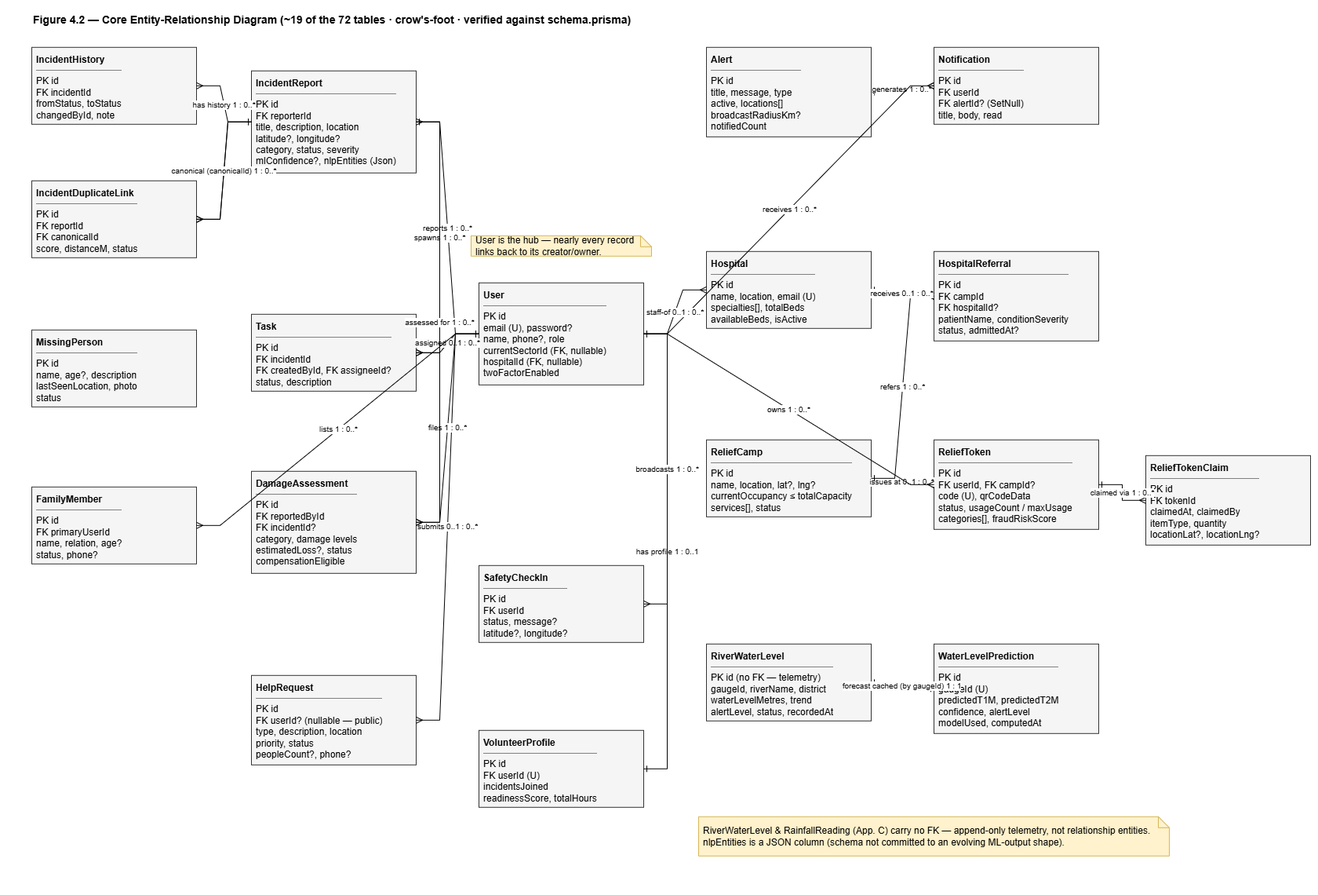
Earlier version of the draw.io export research-report-source/diagrams/pngs/Figure_4.2_Core_ER_Diagram.drawio.png (DeshanDV1003/Suraksha---Web-App). Source tidied: cells renumbered, new cells last; positions are measured from the earlier drawing's top-left corner, leaving out a move shared by most shapes.
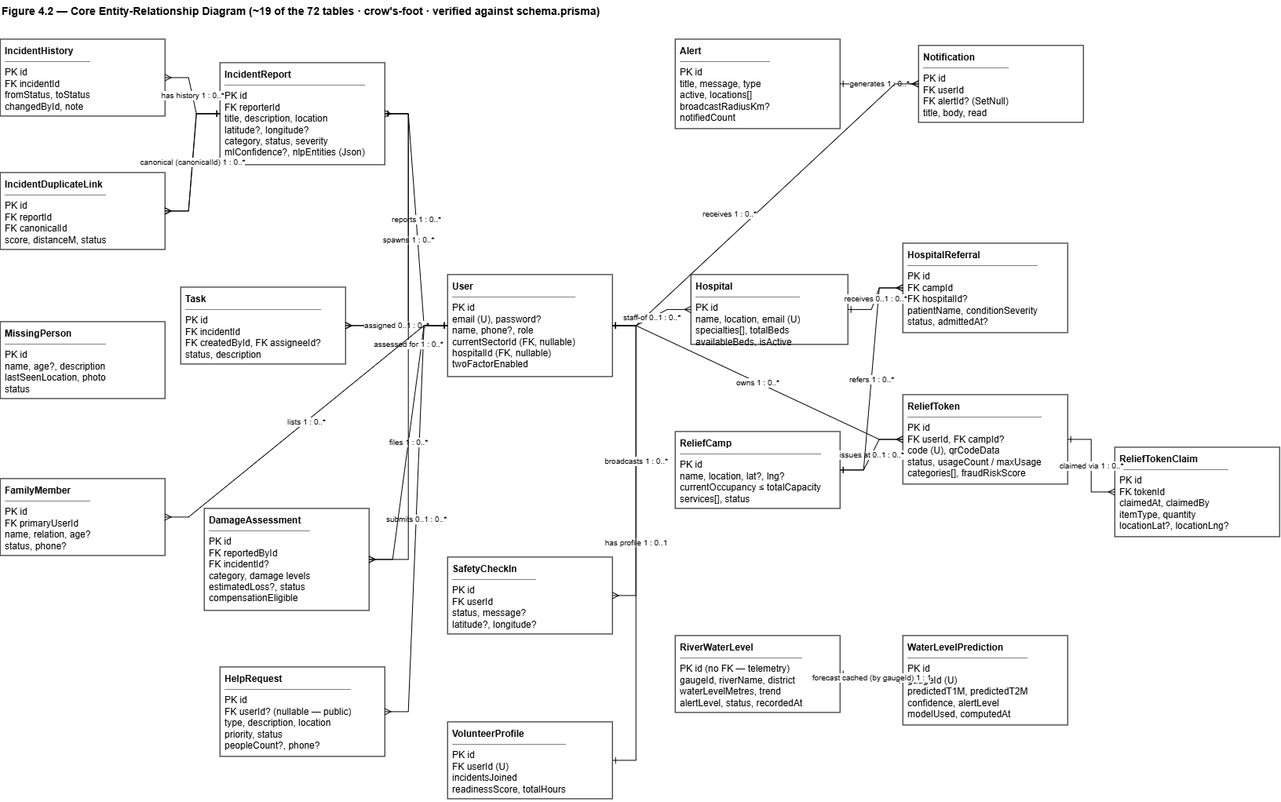
The same file after the commit.

Diff of the diagram source:
```diff
@@ -5,64 +5,64 @@
     <mxCell id="2" value="Figure 4.2 — Core Entity-Relationship Diagram (~19 of the 72 tables · crow's-foot · verified against schema.prisma)" style="text;html=1;fontStyle=1;fontSize=14;align=left;" parent="1" vertex="1">
       <mxGeometry width="1600" height="24" as="geometry" />
     </mxCell>
-    <mxCell id="3" value="&lt;b&gt;IncidentHistory&lt;/b&gt;&lt;hr size=&quot;1&quot; noshade&gt;PK id&lt;br&gt;FK incidentId&lt;br&gt;fromStatus, toStatus&lt;br&gt;changedById, note" style="rounded=0;whiteSpace=wrap;html=1;fillColor=#f5f5f5;strokeColor=#333333;align=left;verticalAlign=top;spacingLeft=4;spacingTop=2;overflow=hidden;" parent="1" vertex="1">
+    <mxCell id="3" value="&lt;b&gt;IncidentHistory&lt;/b&gt;&lt;hr size=&quot;1&quot; noshade&gt;PK id&lt;br&gt;FK incidentId&lt;br&gt;fromStatus, toStatus&lt;br&gt;changedById, note" style="rounded=0;whiteSpace=wrap;html=1;align=left;verticalAlign=top;spacingLeft=4;spacingTop=2;overflow=hidden;" parent="1" vertex="1">
       <mxGeometry y="50" width="210" height="98" as="geometry" />
     </mxCell>
-    <mxCell id="4" value="&lt;b&gt;IncidentDuplicateLink&lt;/b&gt;&lt;hr size=&quot;1&quot; noshade&gt;PK id&lt;br&gt;FK reportId&lt;br&gt;FK canonicalId&lt;br&gt;score, distanceM, status" style="rounded=0;whiteSpace=wrap;html=1;fillColor=#f5f5f5;strokeColor=#333333;align=left;verticalAlign=top;spacingLeft=4;spacingTop=2;overflow=hidden;" parent="1" vertex="1">
+    <mxCell id="4" value="&lt;b&gt;IncidentDuplicateLink&lt;/b&gt;&lt;hr size=&quot;1&quot; noshade&gt;PK id&lt;br&gt;FK reportId&lt;br&gt;FK canonicalId&lt;br&gt;score, distanceM, status" style="rounded=0;whiteSpace=wrap;html=1;align=left;verticalAlign=top;spacingLeft=4;spacingTop=2;overflow=hidden;" parent="1" vertex="1">
       <mxGeometry y="220" width="210" height="98" as="geometry" />
     </mxCell>
-    <mxCell id="5" value="&lt;b&gt;MissingPerson&lt;/b&gt;&lt;hr size=&quot;1&quot; noshade&gt;PK id&lt;br&gt;name, age?, description&lt;br&gt;lastSeenLocation, photo&lt;br&gt;status" style="rounded=0;whiteSpace=wrap;html=1;fillColor=#f5f5f5;strokeColor=#333333;align=left;verticalAlign=top;spacingLeft=4;spacingTop=2;overflow=hidden;" parent="1" vertex="1">
+    <mxCell id="5" value="&lt;b&gt;MissingPerson&lt;/b&gt;&lt;hr size=&quot;1&quot; noshade&gt;PK id&lt;br&gt;name, age?, description&lt;br&gt;lastSeenLocation, photo&lt;br&gt;status" style="rounded=0;whiteSpace=wrap;html=1;align=left;verticalAlign=top;spacingLeft=4;spacingTop=2;overflow=hidden;" parent="1" vertex="1">
       <mxGeometry y="410" width="210" height="98" as="geometry" />
     </mxCell>
-    <mxCell id="6" value="&lt;b&gt;FamilyMember&lt;/b&gt;&lt;hr size=&quot;1&quot; noshade&gt;PK id&lt;br&gt;FK primaryUserId&lt;br&gt;name, relation, age?&lt;br&gt;status, phone?" style="rounded=0;whiteSpace=wrap;html=1;fillColor=#f5f5f5;strokeColor=#333333;align=left;verticalAlign=top;spacingLeft=4;spacingTop=2;overflow=hidden;" parent="1" vertex="1">
+    <mxCell id="6" value="&lt;b&gt;FamilyMember&lt;/b&gt;&lt;hr size=&quot;1&quot; noshade&gt;PK id&lt;br&gt;FK primaryUserId&lt;br&gt;name, relation, age?&lt;br&gt;status, phone?" style="rounded=0;whiteSpace=wrap;html=1;align=left;verticalAlign=top;spacingLeft=4;spacingTop=2;overflow=hidden;" parent="1" vertex="1">
       <mxGeometry y="610" width="210" height="98" as="geometry" />
     </mxCell>
-    <mxCell id="7" value="&lt;b&gt;IncidentReport&lt;/b&gt;&lt;hr size=&quot;1&quot; noshade&gt;PK id&lt;br&gt;FK reporterId&lt;br&gt;title, description, location&lt;br&gt;latitude?, longitude?&lt;br&gt;category, status, severity&lt;br&gt;mlConfidence?, nlpEntities (Json)" style="rounded=0;whiteSpace=wrap;html=1;fillColor=#f5f5f5;strokeColor=#333333;align=left;verticalAlign=top;spacingLeft=4;spacingTop=2;overflow=hidden;" parent="1" vertex="1">
+    <mxCell id="7" value="&lt;b&gt;IncidentReport&lt;/b&gt;&lt;hr size=&quot;1&quot; noshade&gt;PK id&lt;br&gt;FK reporterId&lt;br&gt;title, description, location&lt;br&gt;latitude?, longitude?&lt;br&gt;category, status, severity&lt;br&gt;mlConfidence?, nlpEntities (Json)" style="rounded=0;whiteSpace=wrap;html=1;align=left;verticalAlign=top;spacingLeft=4;spacingTop=2;overflow=hidden;" parent="1" vertex="1">
       <mxGeometry x="280" y="80" width="210" height="130" as="geometry" />
     </mxCell>
-    <mxCell id="8" value="&lt;b&gt;Task&lt;/b&gt;&lt;hr size=&quot;1&quot; noshade&gt;PK id&lt;br&gt;FK incidentId&lt;br&gt;FK createdById, FK assigneeId?&lt;br&gt;status, description" style="rounded=0;whiteSpace=wrap;html=1;fillColor=#f5f5f5;strokeColor=#333333;align=left;verticalAlign=top;spacingLeft=4;spacingTop=2;overflow=hidden;" parent="1" vertex="1">
-      <mxGeometry x="280" y="390" width="210" height="98" as="geometry" />
+    <mxCell id="8" value="&lt;b&gt;Task&lt;/b&gt;&lt;hr size=&quot;1&quot; noshade&gt;PK id&lt;br&gt;FK incidentId&lt;br&gt;FK createdById, FK assigneeId?&lt;br&gt;status, description" style="rounded=0;whiteSpace=wrap;html=1;align=left;verticalAlign=top;spacingLeft=4;spacingTop=2;overflow=hidden;" parent="1" vertex="1">
+      <mxGeometry x="230" y="366" width="210" height="98" as="geometry" />
     </mxCell>
-    <mxCell id="9" value="&lt;b&gt;DamageAssessment&lt;/b&gt;&lt;hr size=&quot;1&quot; noshade&gt;PK id&lt;br&gt;FK reportedById&lt;br&gt;FK incidentId?&lt;br&gt;category, damage levels&lt;br&gt;estimatedLoss?, status&lt;br&gt;compensationEligible" style="rounded=0;whiteSpace=wrap;html=1;fillColor=#f5f5f5;strokeColor=#333333;align=left;verticalAlign=top;spacingLeft=4;spacingTop=2;overflow=hidden;" parent="1" vertex="1">
-      <mxGeometry x="280" y="590" width="210" height="130" as="geometry" />
+    <mxCell id="9" value="&lt;b&gt;DamageAssessment&lt;/b&gt;&lt;hr size=&quot;1&quot; noshade&gt;PK id&lt;br&gt;FK reportedById&lt;br&gt;FK incidentId?&lt;br&gt;category, damage levels&lt;br&gt;estimatedLoss?, status&lt;br&gt;compensationEligible" style="rounded=0;whiteSpace=wrap;html=1;align=left;verticalAlign=top;spacingLeft=4;spacingTop=2;overflow=hidden;" parent="1" vertex="1">
+      <mxGeometry x="260" y="648" width="210" height="130" as="geometry" />
     </mxCell>
-    <mxCell id="10" value="&lt;b&gt;HelpRequest&lt;/b&gt;&lt;hr size=&quot;1&quot; noshade&gt;PK id&lt;br&gt;FK userId?  (nullable — public)&lt;br&gt;type, description, location&lt;br&gt;priority, status&lt;br&gt;peopleCount?, phone?" style="rounded=0;whiteSpace=wrap;html=1;fillColor=#f5f5f5;strokeColor=#333333;align=left;verticalAlign=top;spacingLeft=4;spacingTop=2;overflow=hidden;" parent="1" vertex="1">
+    <mxCell id="10" value="&lt;b&gt;HelpRequest&lt;/b&gt;&lt;hr size=&quot;1&quot; noshade&gt;PK id&lt;br&gt;FK userId?  (nullable — public)&lt;br&gt;type, description, location&lt;br&gt;priority, status&lt;br&gt;peopleCount?, phone?" style="rounded=0;whiteSpace=wrap;html=1;align=left;verticalAlign=top;spacingLeft=4;spacingTop=2;overflow=hidden;" parent="1" vertex="1">
       <mxGeometry x="280" y="850" width="210" height="114" as="geometry" />
     </mxCell>
-    <mxCell id="11" value="&lt;b&gt;User&lt;/b&gt;&lt;hr size=&quot;1&quot; noshade&gt;PK id&lt;br&gt;email (U), password?&lt;br&gt;name, phone?, role&lt;br&gt;currentSectorId (FK, nullable)&lt;br&gt;hospitalId (FK, nullable)&lt;br&gt;twoFactorEnabled" style="rounded=0;whiteSpace=wrap;html=1;fillColor=#f5f5f5;strokeColor=#333333;align=left;verticalAlign=top;spacingLeft=4;spacingTop=2;overflow=hidden;" parent="1" vertex="1">
+    <mxCell id="11" value="&lt;b&gt;User&lt;/b&gt;&lt;hr size=&quot;1&quot; noshade&gt;PK id&lt;br&gt;email (U), password?&lt;br&gt;name, phone?, role&lt;br&gt;currentSectorId (FK, nullable)&lt;br&gt;hospitalId (FK, nullable)&lt;br&gt;twoFactorEnabled" style="rounded=0;whiteSpace=wrap;html=1;align=left;verticalAlign=top;spacingLeft=4;spacingTop=2;overflow=hidden;" parent="1" vertex="1">
       <mxGeometry x="570" y="350" width="210" height="130" as="geometry" />
     </mxCell>
-    <mxCell id="12" value="&lt;b&gt;SafetyCheckIn&lt;/b&gt;&lt;hr size=&quot;1&quot; noshade&gt;PK id&lt;br&gt;FK userId&lt;br&gt;status, message?&lt;br&gt;latitude?, longitude?" style="rounded=0;whiteSpace=wrap;html=1;fillColor=#f5f5f5;strokeColor=#333333;align=left;verticalAlign=top;spacingLeft=4;spacingTop=2;overflow=hidden;" parent="1" vertex="1">
+    <mxCell id="12" value="&lt;b&gt;SafetyCheckIn&lt;/b&gt;&lt;hr size=&quot;1&quot; noshade&gt;PK id&lt;br&gt;FK userId&lt;br&gt;status, message?&lt;br&gt;latitude?, longitude?" style="rounded=0;whiteSpace=wrap;html=1;align=left;verticalAlign=top;spacingLeft=4;spacingTop=2;overflow=hidden;" parent="1" vertex="1">
       <mxGeometry x="570" y="710" width="210" height="98" as="geometry" />
     </mxCell>
-    <mxCell id="13" value="&lt;b&gt;VolunteerProfile&lt;/b&gt;&lt;hr size=&quot;1&quot; noshade&gt;PK id&lt;br&gt;FK userId (U)&lt;br&gt;incidentsJoined&lt;br&gt;readinessScore, totalHours" style="rounded=0;whiteSpace=wrap;html=1;fillColor=#f5f5f5;strokeColor=#333333;align=left;verticalAlign=top;spacingLeft=4;spacingTop=2;overflow=hidden;" parent="1" vertex="1">
+    <mxCell id="13" value="&lt;b&gt;VolunteerProfile&lt;/b&gt;&lt;hr size=&quot;1&quot; noshade&gt;PK id&lt;br&gt;FK userId (U)&lt;br&gt;incidentsJoined&lt;br&gt;readinessScore, totalHours" style="rounded=0;whiteSpace=wrap;html=1;align=left;verticalAlign=top;spacingLeft=4;spacingTop=2;overflow=hidden;" parent="1" vertex="1">
       <mxGeometry x="570" y="920" width="210" height="98" as="geometry" />
     </mxCell>
-    <mxCell id="14" value="&lt;b&gt;Alert&lt;/b&gt;&lt;hr size=&quot;1&quot; noshade&gt;PK id&lt;br&gt;title, message, type&lt;br&gt;active, locations[]&lt;br&gt;broadcastRadiusKm?&lt;br&gt;notifiedCount" style="rounded=0;whiteSpace=wrap;html=1;fillColor=#f5f5f5;strokeColor=#333333;align=left;verticalAlign=top;spacingLeft=4;spacingTop=2;overflow=hidden;" parent="1" vertex="1">
+    <mxCell id="14" value="&lt;b&gt;Alert&lt;/b&gt;&lt;hr size=&quot;1&quot; noshade&gt;PK id&lt;br&gt;title, message, type&lt;br&gt;active, locations[]&lt;br&gt;broadcastRadiusKm?&lt;br&gt;notifiedCount" style="rounded=0;whiteSpace=wrap;html=1;align=left;verticalAlign=top;spacingLeft=4;spacingTop=2;overflow=hidden;" parent="1" vertex="1">
       <mxGeometry x="860" y="50" width="210" height="114" as="geometry" />
     </mxCell>
-    <mxCell id="15" value="&lt;b&gt;Hospital&lt;/b&gt;&lt;hr size=&quot;1&quot; noshade&gt;PK id&lt;br&gt;name, location, email (U)&lt;br&gt;specialties[], totalBeds&lt;br&gt;availableBeds, isActive" style="rounded=0;whiteSpace=wrap;html=1;fillColor=#f5f5f5;strokeColor=#333333;align=left;verticalAlign=top;spacingLeft=4;spacingTop=2;overflow=hidden;" parent="1" vertex="1">
-      <mxGeometry x="860" y="310" width="210" height="98" as="geometry" />
+    <mxCell id="15" value="&lt;b&gt;Hospital&lt;/b&gt;&lt;hr size=&quot;1&quot; noshade&gt;PK id&lt;br&gt;name, location, email (U)&lt;br&gt;specialties[], totalBeds&lt;br&gt;availableBeds, isActive" style="rounded=0;whiteSpace=wrap;html=1;align=left;verticalAlign=top;spacingLeft=4;spacingTop=2;overflow=hidden;" parent="1" vertex="1">
+      <mxGeometry x="880" y="350" width="200" height="89" as="geometry" />
     </mxCell>
-    <mxCell id="16" value="&lt;b&gt;ReliefCamp&lt;/b&gt;&lt;hr size=&quot;1&quot; noshade&gt;PK id&lt;br&gt;name, location, lat?, lng?&lt;br&gt;currentOccupancy ≤ totalCapacity&lt;br&gt;services[], status" style="rounded=0;whiteSpace=wrap;html=1;fillColor=#f5f5f5;strokeColor=#333333;align=left;verticalAlign=top;spacingLeft=4;spacingTop=2;overflow=hidden;" parent="1" vertex="1">
+    <mxCell id="16" value="&lt;b&gt;ReliefCamp&lt;/b&gt;&lt;hr size=&quot;1&quot; noshade&gt;PK id&lt;br&gt;name, location, lat?, lng?&lt;br&gt;currentOccupancy ≤ totalCapacity&lt;br&gt;services[], status" style="rounded=0;whiteSpace=wrap;html=1;align=left;verticalAlign=top;spacingLeft=4;spacingTop=2;overflow=hidden;" parent="1" vertex="1">
       <mxGeometry x="860" y="550" width="210" height="98" as="geometry" />
     </mxCell>
-    <mxCell id="17" value="&lt;b&gt;RiverWaterLevel&lt;/b&gt;&lt;hr size=&quot;1&quot; noshade&gt;PK id  (no FK — telemetry)&lt;br&gt;gaugeId, riverName, district&lt;br&gt;waterLevelMetres, trend&lt;br&gt;alertLevel, status, recordedAt" style="rounded=0;whiteSpace=wrap;html=1;fillColor=#f5f5f5;strokeColor=#333333;align=left;verticalAlign=top;spacingLeft=4;spacingTop=2;overflow=hidden;" parent="1" vertex="1">
+    <mxCell id="17" value="&lt;b&gt;RiverWaterLevel&lt;/b&gt;&lt;hr size=&quot;1&quot; noshade&gt;PK id  (no FK — telemetry)&lt;br&gt;gaugeId, riverName, district&lt;br&gt;waterLevelMetres, trend&lt;br&gt;alertLevel, status, recordedAt" style="rounded=0;whiteSpace=wrap;html=1;align=left;verticalAlign=top;spacingLeft=4;spacingTop=2;overflow=hidden;" parent="1" vertex="1">
       <mxGeometry x="860" y="810" width="210" height="98" as="geometry" />
     </mxCell>
-    <mxCell id="18" value="&lt;b&gt;Notification&lt;/b&gt;&lt;hr size=&quot;1&quot; noshade&gt;PK id&lt;br&gt;FK userId&lt;br&gt;FK alertId?  (SetNull)&lt;br&gt;title, body, read" style="rounded=0;whiteSpace=wrap;html=1;fillColor=#f5f5f5;strokeColor=#333333;align=left;verticalAlign=top;spacingLeft=4;spacingTop=2;overflow=hidden;" parent="1" vertex="1">
-      <mxGeometry x="1150" y="50" width="210" height="98" as="geometry" />
+    <mxCell id="18" value="&lt;b&gt;Notification&lt;/b&gt;&lt;hr size=&quot;1&quot; noshade&gt;PK id&lt;br&gt;FK userId&lt;br&gt;FK alertId?  (SetNull)&lt;br&gt;title, body, read" style="rounded=0;whiteSpace=wrap;html=1;align=left;verticalAlign=top;spacingLeft=4;spacingTop=2;overflow=hidden;" parent="1" vertex="1">
+      <mxGeometry x="1170" y="58" width="210" height="98" as="geometry" />
     </mxCell>
-    <mxCell id="19" value="&lt;b&gt;HospitalReferral&lt;/b&gt;&lt;hr size=&quot;1&quot; noshade&gt;PK id&lt;br&gt;FK campId&lt;br&gt;FK hospitalId?&lt;br&gt;patientName, conditionSeverity&lt;br&gt;status, admittedAt?" style="rounded=0;whiteSpace=wrap;html=1;fillColor=#f5f5f5;strokeColor=#333333;align=left;verticalAlign=top;spacingLeft=4;spacingTop=2;overflow=hidden;" parent="1" vertex="1">
+    <mxCell id="19" value="&lt;b&gt;HospitalReferral&lt;/b&gt;&lt;hr size=&quot;1&quot; noshade&gt;PK id&lt;br&gt;FK campId&lt;br&gt;FK hospitalId?&lt;br&gt;patientName, conditionSeverity&lt;br&gt;status, admittedAt?" style="rounded=0;whiteSpace=wrap;html=1;align=left;verticalAlign=top;spacingLeft=4;spacingTop=2;overflow=hidden;" parent="1" vertex="1">
       <mxGeometry x="1150" y="310" width="210" height="114" as="geometry" />
     </mxCell>
-    <mxCell id="20" value="&lt;b&gt;ReliefToken&lt;/b&gt;&lt;hr size=&quot;1&quot; noshade&gt;PK id&lt;br&gt;FK userId, FK campId?&lt;br&gt;code (U), qrCodeData&lt;br&gt;status, usageCount / maxUsage&lt;br&gt;categories[], fraudRiskScore" style="rounded=0;whiteSpace=wrap;html=1;fillColor=#f5f5f5;strokeColor=#333333;align=left;verticalAlign=top;spacingLeft=4;spacingTop=2;overflow=hidden;" parent="1" vertex="1">
-      <mxGeometry x="1150" y="550" width="210" height="114" as="geometry" />
+    <mxCell id="20" value="&lt;b&gt;ReliefToken&lt;/b&gt;&lt;hr size=&quot;1&quot; noshade&gt;PK id&lt;br&gt;FK userId, FK campId?&lt;br&gt;code (U), qrCodeData&lt;br&gt;status, usageCount / maxUsage&lt;br&gt;categories[], fraudRiskScore" style="rounded=0;whiteSpace=wrap;html=1;align=left;verticalAlign=top;spacingLeft=4;spacingTop=2;overflow=hidden;" parent="1" vertex="1">
+      <mxGeometry x="1150" y="503" width="210" height="114" as="geometry" />
     </mxCell>
-    <mxCell id="21" value="&lt;b&gt;WaterLevelPrediction&lt;/b&gt;&lt;hr size=&quot;1&quot; noshade&gt;PK id&lt;br&gt;gaugeId (U)&lt;br&gt;predictedT1M, predictedT2M&lt;br&gt;confidence, alertLevel&lt;br&gt;modelUsed, computedAt" style="rounded=0;whiteSpace=wrap;html=1;fillColor=#f5f5f5;strokeColor=#333333;align=left;verticalAlign=top;spacingLeft=4;spacingTop=2;overflow=hidden;" parent="1" vertex="1">
+    <mxCell id="21" value="&lt;b&gt;WaterLevelPrediction&lt;/b&gt;&lt;hr size=&quot;1&quot; noshade&gt;PK id&lt;br&gt;gaugeId (U)&lt;br&gt;predictedT1M, predictedT2M&lt;br&gt;confidence, alertLevel&lt;br&gt;modelUsed, computedAt" style="rounded=0;whiteSpace=wrap;html=1;align=left;verticalAlign=top;spacingLeft=4;spacingTop=2;overflow=hidden;" parent="1" vertex="1">
       <mxGeometry x="1150" y="810" width="210" height="114" as="geometry" />
     </mxCell>
-    <mxCell id="22" value="&lt;b&gt;ReliefTokenClaim&lt;/b&gt;&lt;hr size=&quot;1&quot; noshade&gt;PK id&lt;br&gt;FK tokenId&lt;br&gt;claimedAt, claimedBy&lt;br&gt;itemType, quantity&lt;br&gt;locationLat?, locationLng?" style="rounded=0;whiteSpace=wrap;html=1;fillColor=#f5f5f5;strokeColor=#333333;align=left;verticalAlign=top;spacingLeft=4;spacingTop=2;overflow=hidden;" parent="1" vertex="1">
+    <mxCell id="22" value="&lt;b&gt;ReliefTokenClaim&lt;/b&gt;&lt;hr size=&quot;1&quot; noshade&gt;PK id&lt;br&gt;FK tokenId&lt;br&gt;claimedAt, claimedBy&lt;br&gt;itemType, quantity&lt;br&gt;locationLat?, locationLng?" style="rounded=0;whiteSpace=wrap;html=1;align=left;verticalAlign=top;spacingLeft=4;spacingTop=2;overflow=hidden;" parent="1" vertex="1">
       <mxGeometry x="1420" y="570" width="210" height="114" as="geometry" />
     </mxCell>
     <mxCell id="23" value="reports  1 : 0..*" style="edgeStyle=entityRelationEdgeStyle;rounded=0;html=1;fontSize=10;startArrow=ERone;endArrow=ERmany;startFill=0;endFill=0;" parent="1" edge="1" source="11" target="7">
@@ -87,7 +87,7 @@
       <mxGeometry relative="1" as="geometry" />
     </mxCell>
     <mxCell id="30" value="receives  1 : 0..*" style="edgeStyle=entityRelationEdgeStyle;rounded=0;html=1;fontSize=10;startArrow=ERone;endArrow=ERmany;startFill=0;endFill=0;" parent="1" edge="1" source="11" target="18">
-      <mxGeometry relative="1" as="geometry" />
+      <mxGeometry x="-0.16" y="23" relative="1" as="geometry" />
     </mxCell>
     <mxCell id="31" value="submits  0..1 : 0..*" style="edgeStyle=entityRelationEdgeStyle;rounded=0;html=1;fontSize=10;startArrow=ERone;endArrow=ERmany;startFill=0;endFill=0;" parent="1" edge="1" source="11" target="10">
       <mxGeometry relative="1" as="geometry" />
@@ -128,11 +128,5 @@
     <mxCell id="43" value="staff-of  0..1 : 0..*" style="edgeStyle=entityRelationEdgeStyle;rounded=0;html=1;fontSize=10;startArrow=ERone;endArrow=ERmany;startFill=0;endFill=0;" parent="1" edge="1" source="11" target="15">
       <mxGeometry relative="1" as="geometry" />
     </mxCell>
-    <mxCell id="44" value="User is the hub — nearly every record links back to its creator/owner." style="shape=note;whiteSpace=wrap;html=1;fillColor=#fff2cc;strokeColor=#d6b656;size=14;align=left;spacingLeft=4;" parent="1" vertex="1">
-      <mxGeometry x="560" y="290" width="230" height="26" as="geometry" />
-    </mxCell>
-    <mxCell id="45" value="RiverWaterLevel &amp; RainfallReading (App. C) carry no FK — append-only telemetry, not relationship entities. nlpEntities is a JSON column (schema not committed to an evolving ML-output shape)." style="shape=note;whiteSpace=wrap;html=1;fillColor=#fff2cc;strokeColor=#d6b656;size=14;align=left;spacingLeft=4;" parent="1" vertex="1">
-      <mxGeometry x="850" y="1030" width="600" height="50" as="geometry" />
-    </mxCell>
   </root>
 </mxGraphModel>
```
